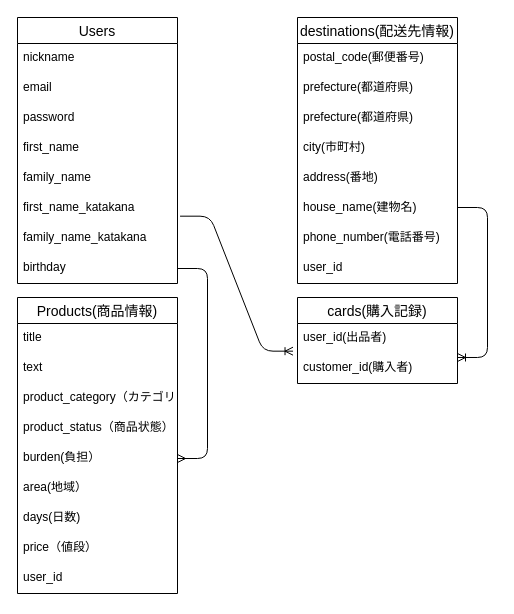
Above: furima.dio in Yukitaka-PG/furima-34482 (draw.io), before the change. Source tidied: cells renumbered, new cells numbered last; positions are measured from the earlier drawing's top-left corner, leaving out a move shared by most shapes. Both pictures are drawn from the tidied source at 100%, with x=0, y=0 at pixel (17, 17).
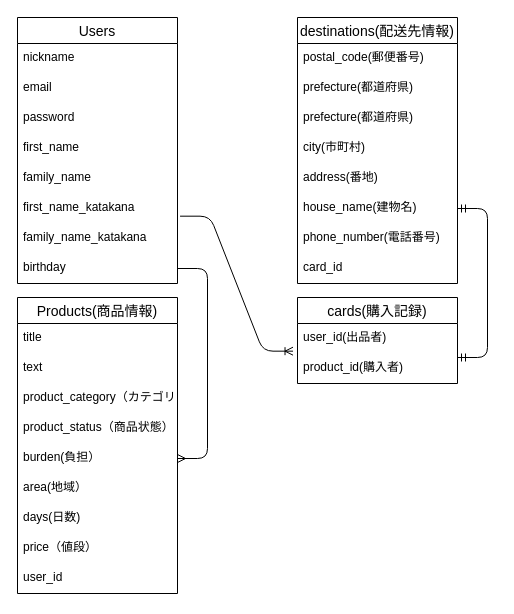
The same page after the edit.

Commit message (it also covers changes not shown here):
指摘箇所修正３回目

The change refers to these unchanged cells:
```xml
<mxCell id="21" value="destinations(配送先情報)" style="swimlane;fontStyle=0;horizontal=1;startSize=26;align=center;fontSize=14;" parent="1" vertex="1">
  <mxGeometry x="280" width="160" height="266" as="geometry" />
</mxCell>
<mxCell id="27" value="house_name(建物名)" style="text;strokeColor=none;fillColor=none;spacingLeft=4;spacingRight=4;overflow=hidden;points=[[0,0.5],[1,0.5]];portConstraint=eastwest;fontSize=12;" parent="21" vertex="1">
  <mxGeometry y="176" width="160" height="30" as="geometry" />
</mxCell>
<mxCell id="30" value="cards(購入記録)" style="swimlane;fontStyle=0;horizontal=1;startSize=26;align=center;fontSize=14;" parent="1" vertex="1">
  <mxGeometry x="280" y="280" width="160" height="86" as="geometry" />
</mxCell>
```

Change to the diagram source:
```diff
@@
-    <mxCell id="29" value="user_id" style="text;strokeColor=none;fillColor=none;spacingLeft=4;spacingRight=4;overflow=hidden;fontSize=12;" parent="21" vertex="1">
+    <mxCell id="29" value="card_id" style="text;strokeColor=none;fillColor=none;spacingLeft=4;spacingRight=4;overflow=hidden;fontSize=12;" parent="21" vertex="1">
       <mxGeometry y="236" width="160" height="30" as="geometry" />
     </mxCell>
@@
-    <mxCell id="32" value="customer_id(購入者)" style="text;strokeColor=none;fillColor=none;spacingLeft=4;spacingRight=4;overflow=hidden;points=[[0,0.5],[1,0.5]];portConstraint=eastwest;fontSize=12;" parent="30" vertex="1">
+    <mxCell id="32" value="product_id(購入者)" style="text;strokeColor=none;fillColor=none;spacingLeft=4;spacingRight=4;overflow=hidden;points=[[0,0.5],[1,0.5]];portConstraint=eastwest;fontSize=12;whiteSpace=wrap;" parent="30" vertex="1">
       <mxGeometry y="56" width="160" height="30" as="geometry" />
     </mxCell>
@@
-    <mxCell id="35" style="edgeStyle=entityRelationEdgeStyle;fontSize=12;html=1;endArrow=ERoneToMany;entryX=1;entryY=0.133;entryDx=0;entryDy=0;entryPerimeter=0;" parent="1" edge="1" target="32">
-      <mxGeometry relative="1" as="geometry">
-        <mxPoint x="440" y="190" as="sourcePoint" />
-      </mxGeometry>
-    </mxCell>
+    <mxCell id="36" style="edgeStyle=entityRelationEdgeStyle;fontSize=12;html=1;endArrow=ERmandOne;startArrow=ERmandOne;entryX=1;entryY=0.5;entryDx=0;entryDy=0;" parent="1" edge="1" target="27">
+      <mxGeometry relative="1" as="geometry">
+        <mxPoint x="440" y="340" as="sourcePoint" />
+      </mxGeometry>
+    </mxCell>
```
